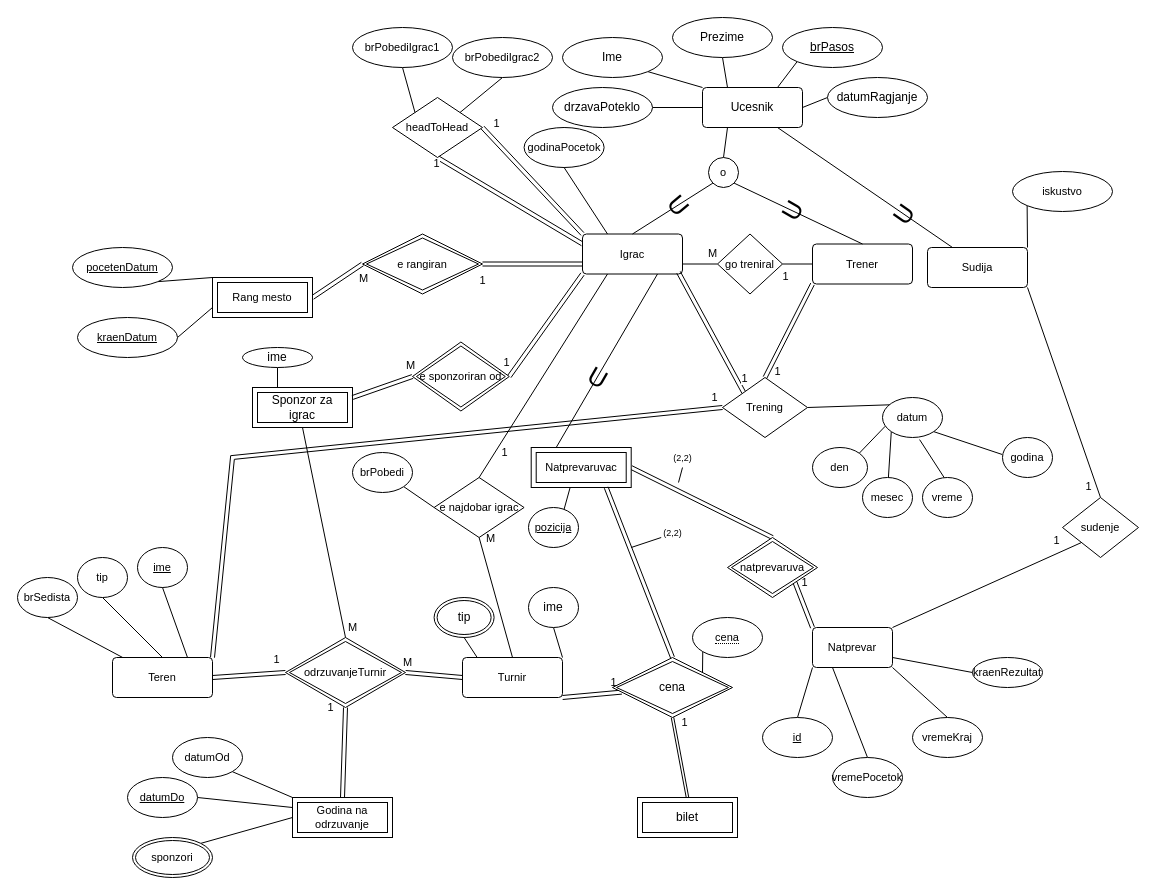
Earlier version of the draw.io diagram Bazi na podatoci/Lab 1/lab 1_B.drawio (marin-o/Finki). Source tidied: cells renumbered, new cells numbered last; positions are measured from the earlier drawing's top-left corner, leaving out a move shared by most shapes. Both pictures are drawn from the tidied source at 100%, with x=0, y=0 at pixel (17, 17).
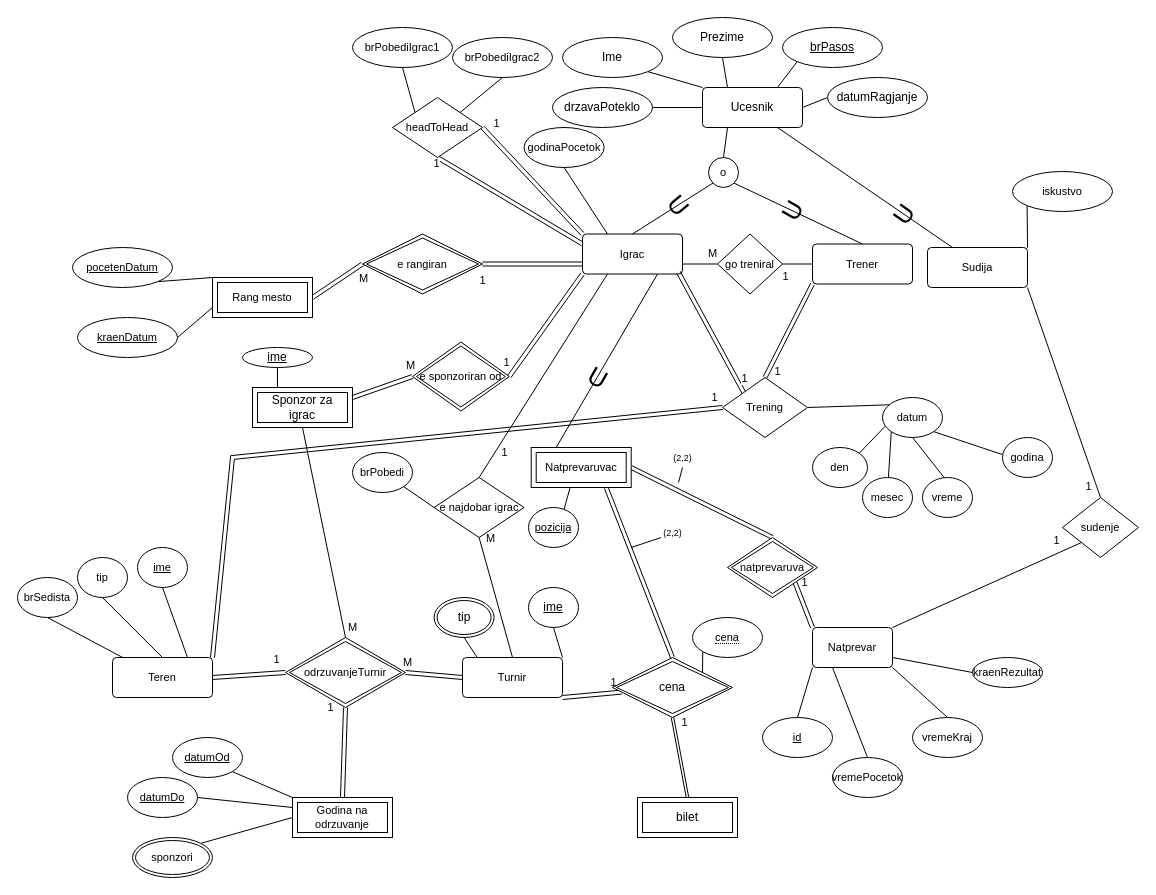
The same diagram, later.

The change refers to these unchanged cells:
```xml
<mxCell id="99" value="datum" style="ellipse;whiteSpace=wrap;html=1;align=center;fontFamily=Helvetica;fontSize=11;fontColor=default;" parent="1" vertex="1">
  <mxGeometry x="865" y="380" width="60" height="40" as="geometry" />
</mxCell>
<mxCell id="106" value="vreme" style="ellipse;whiteSpace=wrap;html=1;align=center;fontFamily=Helvetica;fontSize=11;fontColor=default;" parent="1" vertex="1">
  <mxGeometry x="905" y="460" width="50" height="40" as="geometry" />
</mxCell>
```

What changed in the source:
```diff
@@
-    <mxCell id="47" value="ime" style="ellipse;whiteSpace=wrap;html=1;align=center;" parent="1" vertex="1">
+    <mxCell id="47" value="&lt;u&gt;ime&lt;/u&gt;" style="ellipse;whiteSpace=wrap;html=1;align=center;" parent="1" vertex="1">
       <mxGeometry x="511" y="570" width="50" height="40" as="geometry" />
     </mxCell>
@@
-    <mxCell id="65" value="datumOd" style="ellipse;whiteSpace=wrap;html=1;align=center;fontFamily=Helvetica;fontSize=11;fontColor=default;" parent="1" vertex="1">
+    <mxCell id="65" value="&lt;u&gt;datumOd&lt;/u&gt;" style="ellipse;whiteSpace=wrap;html=1;align=center;fontFamily=Helvetica;fontSize=11;fontColor=default;" parent="1" vertex="1">
       <mxGeometry x="155" y="720" width="70" height="40" as="geometry" />
     </mxCell>
@@
-    <mxCell id="105" style="edgeStyle=none;shape=connector;rounded=0;jettySize=auto;html=1;exitX=0.433;exitY=0.001;exitDx=0;exitDy=0;entryX=0.618;entryY=1.052;entryDx=0;entryDy=0;labelBackgroundColor=default;strokeColor=default;align=center;verticalAlign=middle;fontFamily=Helvetica;fontSize=11;fontColor=default;endArrow=none;endFill=0;exitPerimeter=0;entryPerimeter=0;" parent="1" edge="1" source="106" target="99">
+    <mxCell id="105" style="edgeStyle=none;shape=connector;rounded=0;jettySize=auto;html=1;exitX=0.433;exitY=0.001;exitDx=0;exitDy=0;labelBackgroundColor=default;strokeColor=default;align=center;verticalAlign=middle;fontFamily=Helvetica;fontSize=11;fontColor=default;endArrow=none;endFill=0;exitPerimeter=0;entryX=0.5;entryY=1;entryDx=0;entryDy=0;" parent="1" edge="1" source="106" target="99">
       <mxGeometry relative="1" as="geometry" />
     </mxCell>
@@
-    <mxCell id="125" value="ime" style="ellipse;whiteSpace=wrap;html=1;align=center;" parent="1" vertex="1">
+    <mxCell id="125" value="&lt;u&gt;ime&lt;/u&gt;" style="ellipse;whiteSpace=wrap;html=1;align=center;" parent="1" vertex="1">
       <mxGeometry x="225" y="330" width="70" height="20" as="geometry" />
     </mxCell>
```
